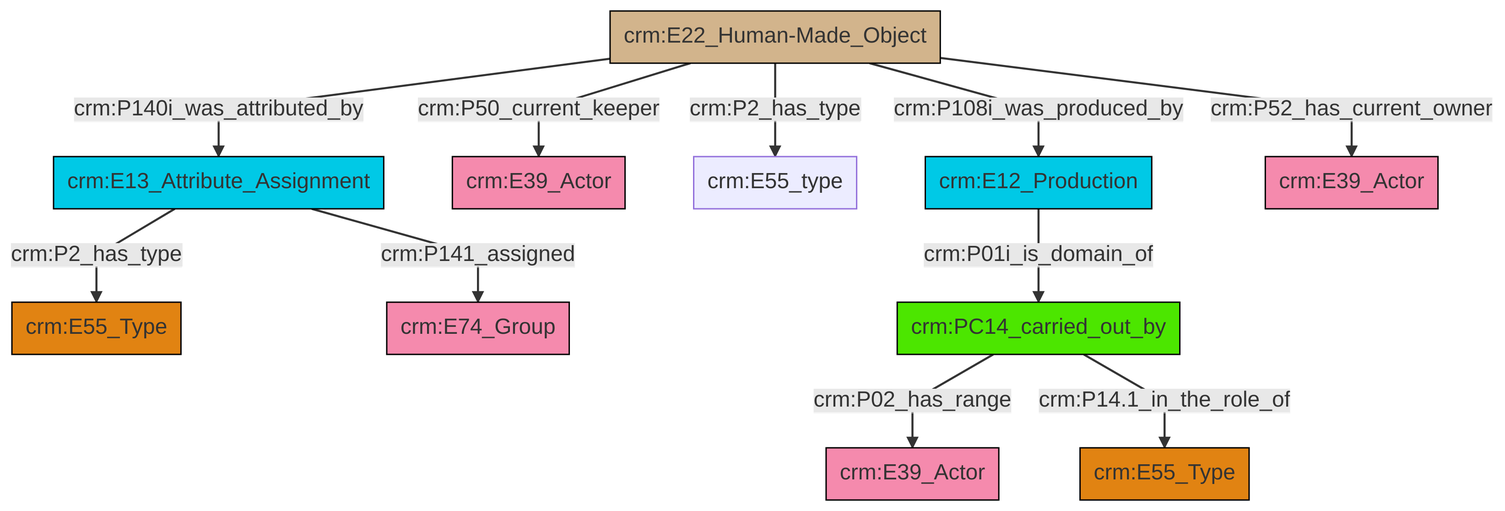
Above: et/artworkCSV/ttl/mmd/png/Artwork_Actor_Relations.png in swiss-art-research-net/reference-data-models (Mermaid), before the change. Its source is kept beside it as et/artworkCSV/ttl/mmd/Artwork_Actor_Relations.ttl.mmd.
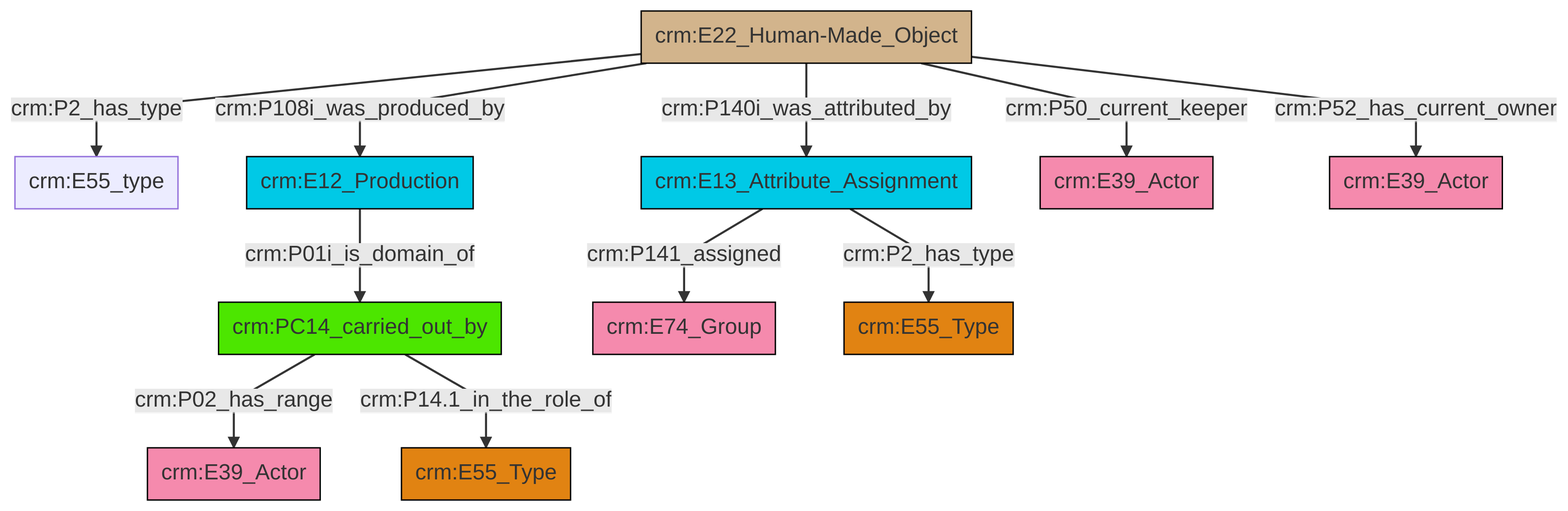
The same file after the commit.

What changed in the source:
```diff
@@ -13,13 +13,13 @@
 classDef PC_Classes fill:#4ce600, stroke:#000000;
 classDef Multi fill:#cccccc,stroke:#000000;
 
-0["crm:E13_Attribute_Assignment"]:::Temporal_Entity -->|crm:P2_has_type| 1["crm:E55_Type"]:::Type
-2["crm:E22_Human-Made_Object"]:::Physical_Thing -->|crm:P50_current_keeper| 3["crm:E39_Actor"]:::Actor
-2["crm:E22_Human-Made_Object"]:::Physical_Thing -->|crm:P140i_was_attributed_by| 0["crm:E13_Attribute_Assignment"]:::Temporal_Entity
-0["crm:E13_Attribute_Assignment"]:::Temporal_Entity -->|crm:P141_assigned| 10["crm:E74_Group"]:::Actor
-13["crm:PC14_carried_out_by"]:::PC_Classes -->|crm:P02_has_range| 14["crm:E39_Actor"]:::Actor
-13["crm:PC14_carried_out_by"]:::PC_Classes -->|crm:P14.1_in_the_role_of| 4["crm:E55_Type"]:::Type
-2["crm:E22_Human-Made_Object"]:::Physical_Thing -->|crm:P52_has_current_owner| 17["crm:E39_Actor"]:::Actor
-11["crm:E12_Production"]:::Temporal_Entity -->|crm:P01i_is_domain_of| 13["crm:PC14_carried_out_by"]:::PC_Classes
-2["crm:E22_Human-Made_Object"]:::Physical_Thing -->|crm:P108i_was_produced_by| 11["crm:E12_Production"]:::Temporal_Entity
-2["crm:E22_Human-Made_Object"]:::Physical_Thing -->|crm:P2_has_type| 7["crm:E55_type"]:::Default
+2["crm:E22_Human-Made_Object"]:::Physical_Thing -->|crm:P2_has_type| 8["crm:E55_type"]:::Default
+2["crm:E22_Human-Made_Object"]:::Physical_Thing -->|crm:P108i_was_produced_by| 9["crm:E12_Production"]:::Temporal_Entity
+2["crm:E22_Human-Made_Object"]:::Physical_Thing -->|crm:P140i_was_attributed_by| 10["crm:E13_Attribute_Assignment"]:::Temporal_Entity
+13["crm:PC14_carried_out_by"]:::PC_Classes -->|crm:P02_has_range| 11["crm:E39_Actor"]:::Actor
+10["crm:E13_Attribute_Assignment"]:::Temporal_Entity -->|crm:P141_assigned| 6["crm:E74_Group"]:::Actor
+2["crm:E22_Human-Made_Object"]:::Physical_Thing -->|crm:P50_current_keeper| 17["crm:E39_Actor"]:::Actor
+2["crm:E22_Human-Made_Object"]:::Physical_Thing -->|crm:P52_has_current_owner| 4["crm:E39_Actor"]:::Actor
+13["crm:PC14_carried_out_by"]:::PC_Classes -->|crm:P14.1_in_the_role_of| 0["crm:E55_Type"]:::Type
+9["crm:E12_Production"]:::Temporal_Entity -->|crm:P01i_is_domain_of| 13["crm:PC14_carried_out_by"]:::PC_Classes
+10["crm:E13_Attribute_Assignment"]:::Temporal_Entity -->|crm:P2_has_type| 15["crm:E55_Type"]:::Type
```
